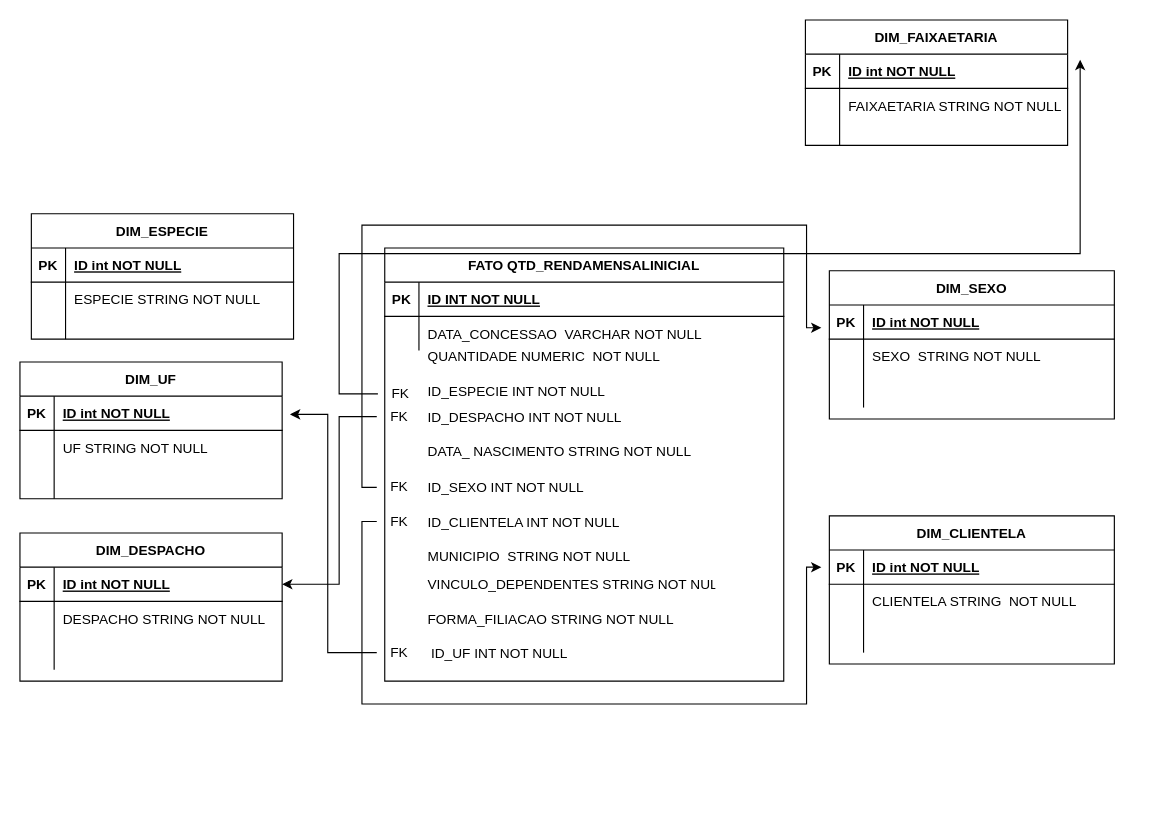
Before: Untitled Diagram.drawio in brunamedeiiros/tccpuc, a draw.io diagram. Source tidied: cells renumbered, new cells numbered last; positions are measured from the earlier drawing's top-left corner, leaving out a move shared by most shapes. Both pictures are drawn from the tidied source at 114%, with x=0, y=0 at pixel (19, 19).
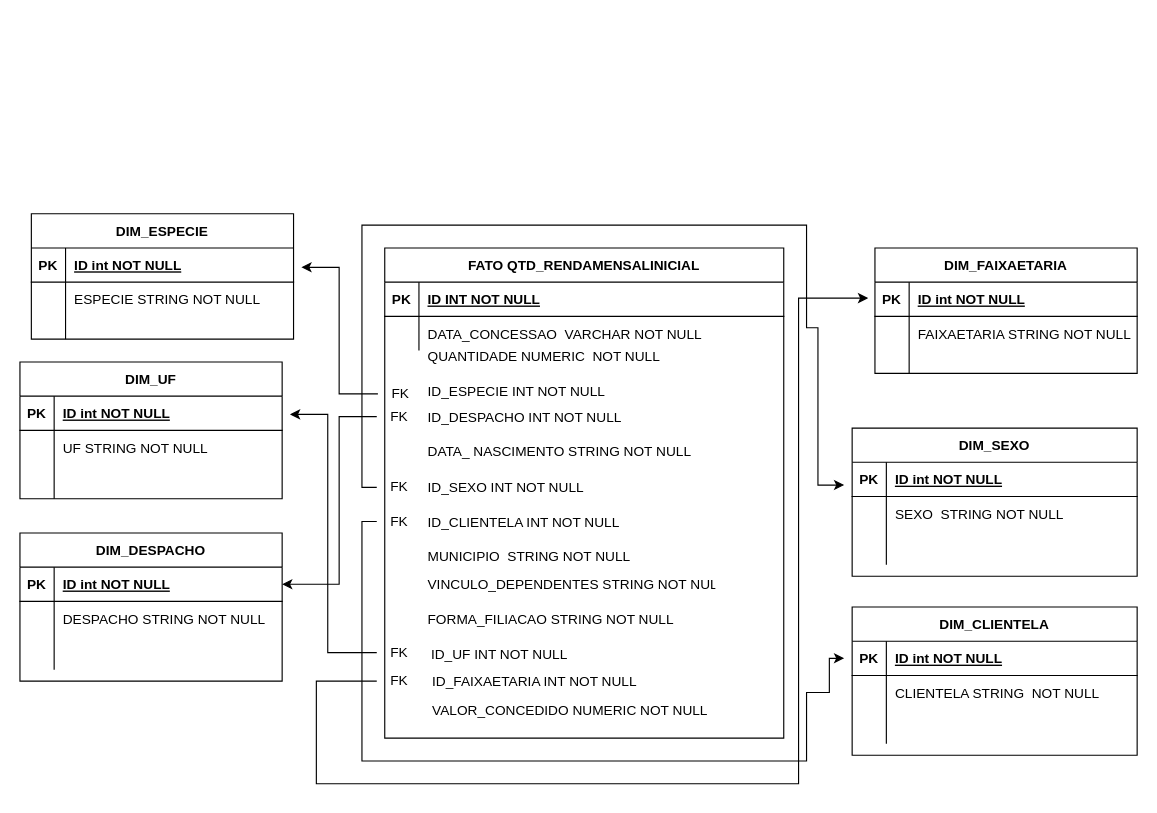
Above is the later version.

The change refers to these unchanged cells:
```xml
<mxCell id="27" value="FK" style="text;html=1;strokeColor=none;fillColor=none;align=center;verticalAlign=middle;whiteSpace=wrap;rounded=0;" parent="1" vertex="1">
  <mxGeometry x="314" y="318" width="40" height="20" as="geometry" />
</mxCell>
<mxCell id="32" value="FK" style="text;html=1;strokeColor=none;fillColor=none;align=center;verticalAlign=middle;whiteSpace=wrap;rounded=0;" parent="1" vertex="1">
  <mxGeometry x="313" y="400" width="40" height="20" as="geometry" />
</mxCell>
<mxCell id="36" value="FK" style="text;html=1;strokeColor=none;fillColor=none;align=center;verticalAlign=middle;whiteSpace=wrap;rounded=0;" parent="1" vertex="1">
  <mxGeometry x="313" y="430" width="40" height="20" as="geometry" />
</mxCell>
<mxCell id="52" style="shape=partialRectangle;fillColor=none;points=[[0,0.5],[1,0.5]];portConstraint=eastwest;top=0;left=0;right=0;bottom=1;" parent="51" vertex="1">
  <mxGeometry y="30" width="250" height="30" as="geometry" />
</mxCell>
<mxCell id="62" style="shape=partialRectangle;fillColor=none;points=[[0,0.5],[1,0.5]];portConstraint=eastwest;top=0;left=0;right=0;bottom=1;" parent="61" vertex="1">
  <mxGeometry y="30" width="250" height="30" as="geometry" />
</mxCell>
<mxCell id="72" style="shape=partialRectangle;fillColor=none;points=[[0,0.5],[1,0.5]];portConstraint=eastwest;top=0;left=0;right=0;bottom=1;" parent="71" vertex="1">
  <mxGeometry y="30" width="230" height="30" as="geometry" />
</mxCell>
<mxCell id="82" style="shape=partialRectangle;fillColor=none;points=[[0,0.5],[1,0.5]];portConstraint=eastwest;top=0;left=0;right=0;bottom=1;" parent="81" vertex="1">
  <mxGeometry y="30" width="230" height="30" as="geometry" />
</mxCell>
```

The edit, as a diff of the source:
```diff
@@
     <mxCell id="12" value="FATO QTD_RENDAMENSALINICIAL" style="shape=table;startSize=30;childLayout=tableLayout;rowLines=0;fontStyle=1;align=center;" parent="1" vertex="1">
-      <mxGeometry x="320" y="200" width="350" height="380" as="geometry" />
+      <mxGeometry x="320" y="200" width="350" height="430" as="geometry" />
     </mxCell>
@@
     <mxCell id="25" value="ID_UF INT NOT NULL " style="shape=partialRectangle;overflow=hidden;fillColor=none;top=0;left=0;bottom=0;right=0;align=left;spacingLeft=6;" parent="1" vertex="1">
-      <mxGeometry x="353" y="540" width="260" height="30" as="geometry" />
+      <mxGeometry x="353" y="541" width="260" height="30" as="geometry" />
     </mxCell>
-    <mxCell id="26" style="edgeStyle=orthogonalEdgeStyle;rounded=0;jettySize=auto;html=1;entryX=1;entryY=0.5;entryDx=0;entryDy=0;" parent="1" edge="1" source="27">
-      <mxGeometry relative="1" as="geometry">
-        <mxPoint x="930" y="35" as="targetPoint" />
-        <Array as="points">
-          <mxPoint x="280" y="328" />
-          <mxPoint x="280" y="205" />
-        </Array>
-      </mxGeometry>
-    </mxCell>
+    <mxCell id="91" style="edgeStyle=orthogonalEdgeStyle;rounded=0;jettySize=auto;html=1;entryX=1.03;entryY=0.567;entryDx=0;entryDy=0;entryPerimeter=0;" parent="1" edge="1" source="27" target="72">
+      <mxGeometry relative="1" as="geometry">
+        <Array as="points">
+          <mxPoint x="280" y="328" />
+          <mxPoint x="280" y="217" />
+        </Array>
+      </mxGeometry>
+    </mxCell>
@@
     <mxCell id="31" style="edgeStyle=orthogonalEdgeStyle;rounded=0;jettySize=auto;html=1;entryX=-0.028;entryY=0.667;entryDx=0;entryDy=0;entryPerimeter=0;" parent="1" edge="1" source="32" target="62">
       <mxGeometry relative="1" as="geometry">
         <Array as="points">
           <mxPoint x="300" y="410" />
           <mxPoint x="300" y="180" />
           <mxPoint x="690" y="180" />
           <mxPoint x="690" y="270" />
+          <mxPoint x="700" y="270" />
+          <mxPoint x="700" y="408" />
         </Array>
       </mxGeometry>
     </mxCell>
@@
     <mxCell id="35" style="edgeStyle=orthogonalEdgeStyle;rounded=0;jettySize=auto;html=1;entryX=-0.028;entryY=0.5;entryDx=0;entryDy=0;entryPerimeter=0;" parent="1" edge="1" source="36" target="52">
       <mxGeometry relative="1" as="geometry">
         <Array as="points">
           <mxPoint x="300" y="440" />
-          <mxPoint x="300" y="600" />
-          <mxPoint x="690" y="600" />
-          <mxPoint x="690" y="480" />
+          <mxPoint x="300" y="650" />
+          <mxPoint x="690" y="650" />
+          <mxPoint x="690" y="590" />
+          <mxPoint x="710" y="590" />
+          <mxPoint x="710" y="560" />
         </Array>
       </mxGeometry>
     </mxCell>
@@
     <mxCell id="51" value="DIM_CLIENTELA" style="shape=table;startSize=30;childLayout=tableLayout;rowLines=0;fontStyle=1;align=center;" parent="1" vertex="1">
-      <mxGeometry x="710" y="435" width="250" height="130" as="geometry" />
+      <mxGeometry x="730" y="515" width="250" height="130" as="geometry" />
     </mxCell>
@@
     <mxCell id="61" value="DIM_SEXO" style="shape=table;startSize=30;childLayout=tableLayout;rowLines=0;fontStyle=1;align=center;" parent="1" vertex="1">
-      <mxGeometry x="710" y="220" width="250" height="130" as="geometry" />
+      <mxGeometry x="730" y="358" width="250" height="130" as="geometry" />
     </mxCell>
@@
     <mxCell id="81" value="DIM_FAIXAETARIA" style="shape=table;startSize=30;childLayout=tableLayout;rowLines=0;fontStyle=1;align=center;" parent="1" vertex="1">
-      <mxGeometry x="689" width="230" height="110" as="geometry" />
+      <mxGeometry x="750" y="200" width="230" height="110" as="geometry" />
     </mxCell>
@@
+    <mxCell id="92" value="ID_FAIXAETARIA INT NOT NULL " style="shape=partialRectangle;overflow=hidden;fillColor=none;top=0;left=0;bottom=0;right=0;align=left;spacingLeft=6;" parent="1" vertex="1">
+      <mxGeometry x="354" y="565" width="260" height="30" as="geometry" />
+    </mxCell>
+    <mxCell id="93" style="edgeStyle=orthogonalEdgeStyle;rounded=0;jettySize=auto;html=1;entryX=-0.026;entryY=0.467;entryDx=0;entryDy=0;entryPerimeter=0;" parent="1" edge="1" source="94" target="82">
+      <mxGeometry relative="1" as="geometry">
+        <Array as="points">
+          <mxPoint x="260" y="580" />
+          <mxPoint x="260" y="670" />
+          <mxPoint x="683" y="670" />
+          <mxPoint x="683" y="244" />
+        </Array>
+      </mxGeometry>
+    </mxCell>
+    <mxCell id="94" value="FK" style="text;html=1;strokeColor=none;fillColor=none;align=center;verticalAlign=middle;whiteSpace=wrap;rounded=0;" parent="1" vertex="1">
+      <mxGeometry x="313" y="570" width="40" height="20" as="geometry" />
+    </mxCell>
+    <mxCell id="95" value="VALOR_CONCEDIDO NUMERIC NOT NULL " style="shape=partialRectangle;overflow=hidden;fillColor=none;top=0;left=0;bottom=0;right=0;align=left;spacingLeft=6;" parent="1" vertex="1">
+      <mxGeometry x="354" y="590" width="260" height="30" as="geometry" />
+    </mxCell>
```
